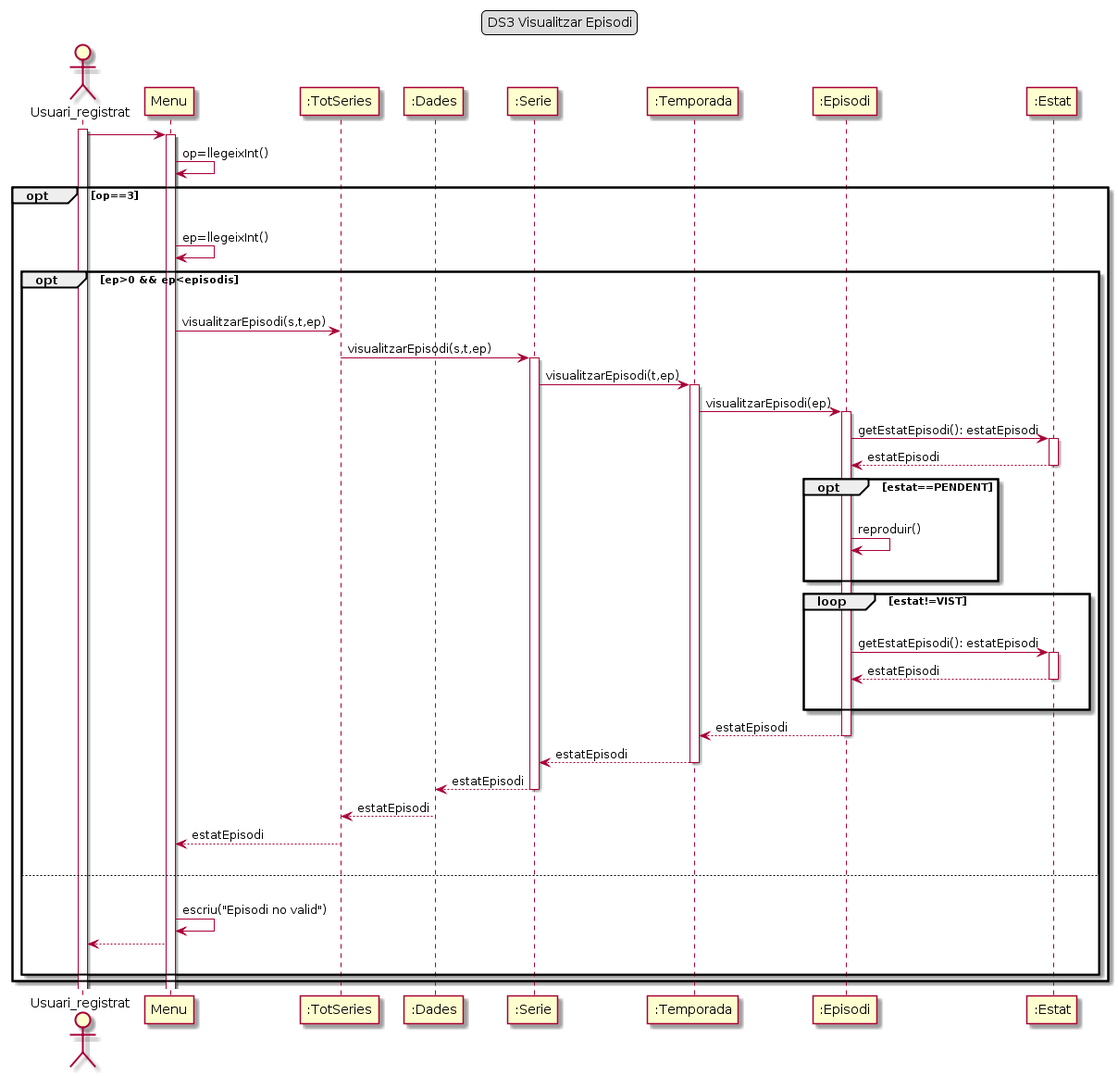
Before: Lab4/DS/DS3_4.png, a diagram exported from PlantUML (Ralleg314/DS).
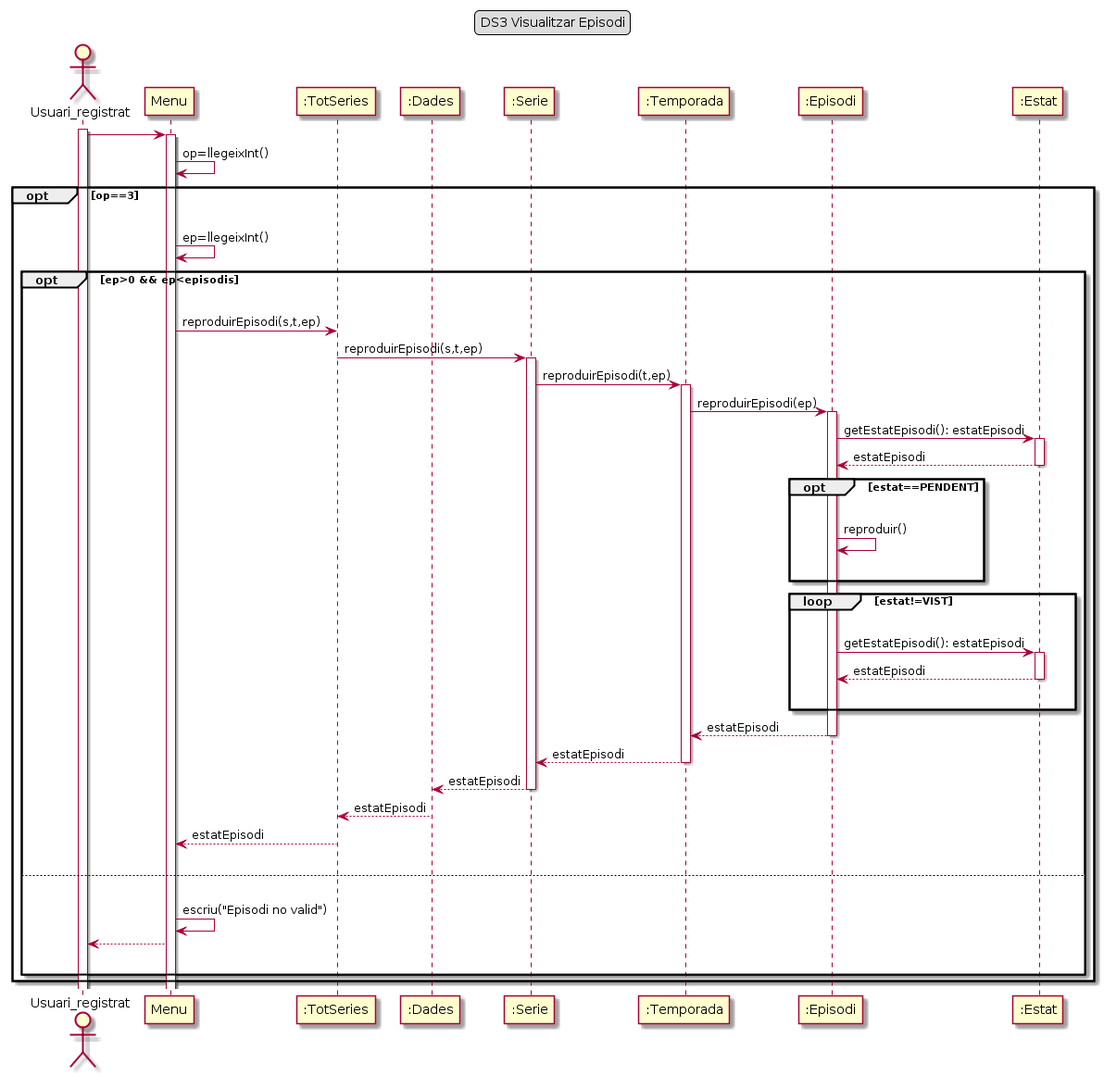
Above is the later version.

Diff of the diagram source:
```diff
@@ -19,16 +19,15 @@
 menu -> menu : op=llegeixInt()
 opt op==3
     |||
-
     menu -> menu : ep=llegeixInt()
     opt ep>0 && ep<episodis
         |||
-        menu ->TS :visualitzarEpisodi(s,t,ep)
-        TS -> serie: visualitzarEpisodi(s,t,ep)
+        menu ->TS :reproduirEpisodi(s,t,ep)
+        TS -> serie: reproduirEpisodi(s,t,ep)
         activate serie
-        serie->temp: visualitzarEpisodi(t,ep)
+        serie->temp: reproduirEpisodi(t,ep)
         activate temp
-        temp->episodi: visualitzarEpisodi(ep)
+        temp->episodi: reproduirEpisodi(ep)
         activate episodi
         episodi -> estat: getEstatEpisodi(): estatEpisodi
         activate estat
```
